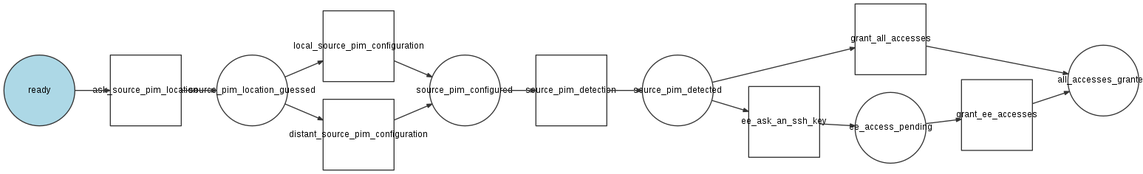
The Graphviz diagram stateMachineMigrationTool.png in akeneo/transporteo, before a commit. Its source is kept beside it as stateMachineMigrationTool.dot.
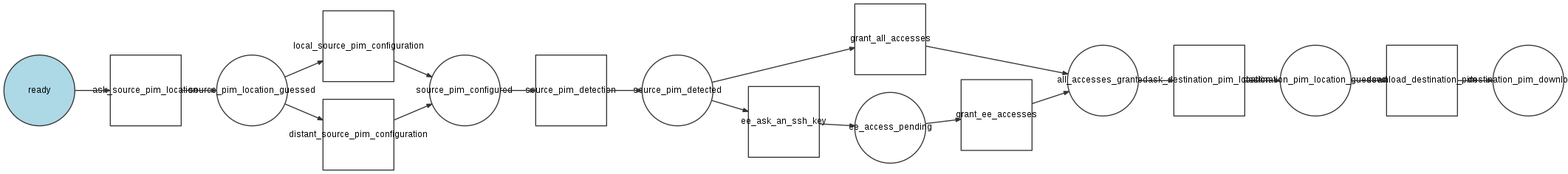
Above is the later version.

Diff of the diagram source:
```diff
@@ -9,6 +9,8 @@
   place_source_pim_detected [label="source_pim_detected", shape=circle];
   place_ee_access_pending [label="ee_access_pending", shape=circle];
   place_all_accesses_granted [label="all_accesses_granted", shape=circle];
+  place_destination_pim_location_guessed [label="destination_pim_location_guessed", shape=circle];
+  place_destination_pim_downloaded [label="destination_pim_downloaded", shape=circle];
   transition_ask_source_pim_location [label="ask_source_pim_location", shape=box, shape="box", regular="1"];
   transition_local_source_pim_configuration [label="local_source_pim_configuration", shape=box, shape="box", regular="1"];
   transition_distant_source_pim_configuration [label="distant_source_pim_configuration", shape=box, shape="box", regular="1"];
@@ -16,6 +18,8 @@
   transition_grant_all_accesses [label="grant_all_accesses", shape=box, shape="box", regular="1"];
   transition_ee_ask_an_ssh_key [label="ee_ask_an_ssh_key", shape=box, shape="box", regular="1"];
   transition_grant_ee_accesses [label="grant_ee_accesses", shape=box, shape="box", regular="1"];
+  transition_ask_destination_pim_location [label="ask_destination_pim_location", shape=box, shape="box", regular="1"];
+  transition_download_destination_pim [label="download_destination_pim", shape=box, shape="box", regular="1"];
   place_ready -> transition_ask_source_pim_location [style="solid"];
   transition_ask_source_pim_location -> place_source_pim_location_guessed [style="solid"];
   place_source_pim_location_guessed -> transition_local_source_pim_configuration [style="solid"];
@@ -30,4 +34,8 @@
   transition_ee_ask_an_ssh_key -> place_ee_access_pending [style="solid"];
   place_ee_access_pending -> transition_grant_ee_accesses [style="solid"];
   transition_grant_ee_accesses -> place_all_accesses_granted [style="solid"];
+  place_all_accesses_granted -> transition_ask_destination_pim_location [style="solid"];
+  transition_ask_destination_pim_location -> place_destination_pim_location_guessed [style="solid"];
+  place_destination_pim_location_guessed -> transition_download_destination_pim [style="solid"];
+  transition_download_destination_pim -> place_destination_pim_downloaded [style="solid"];
 }
```
